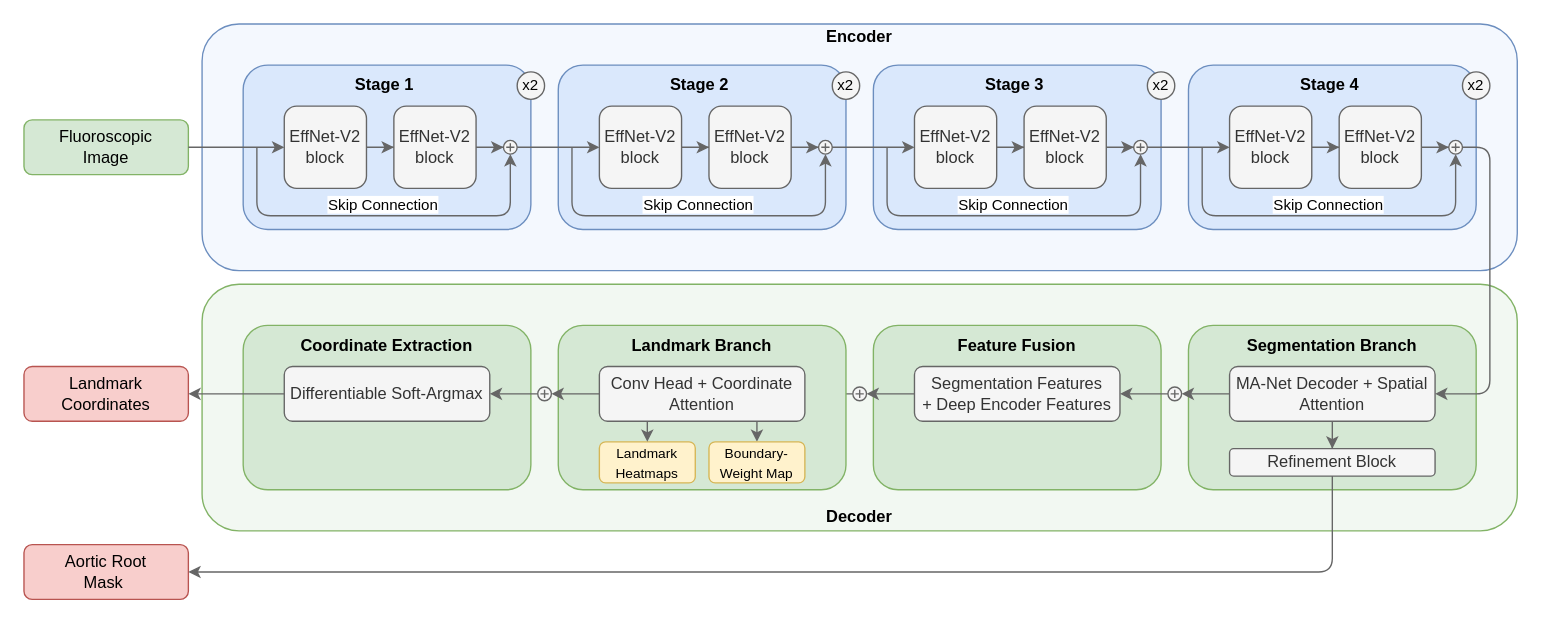
This is publication/figures/BAMNet.drawio from Nikita75699/BAMNet, a draw.io file, before an edit. Source tidied: cells renumbered, new cells numbered last; positions are measured from the earlier drawing's top-left corner, leaving out a move shared by most shapes. Both pictures are drawn from the tidied source at 137%, with x=0, y=0 at pixel (23, 23).
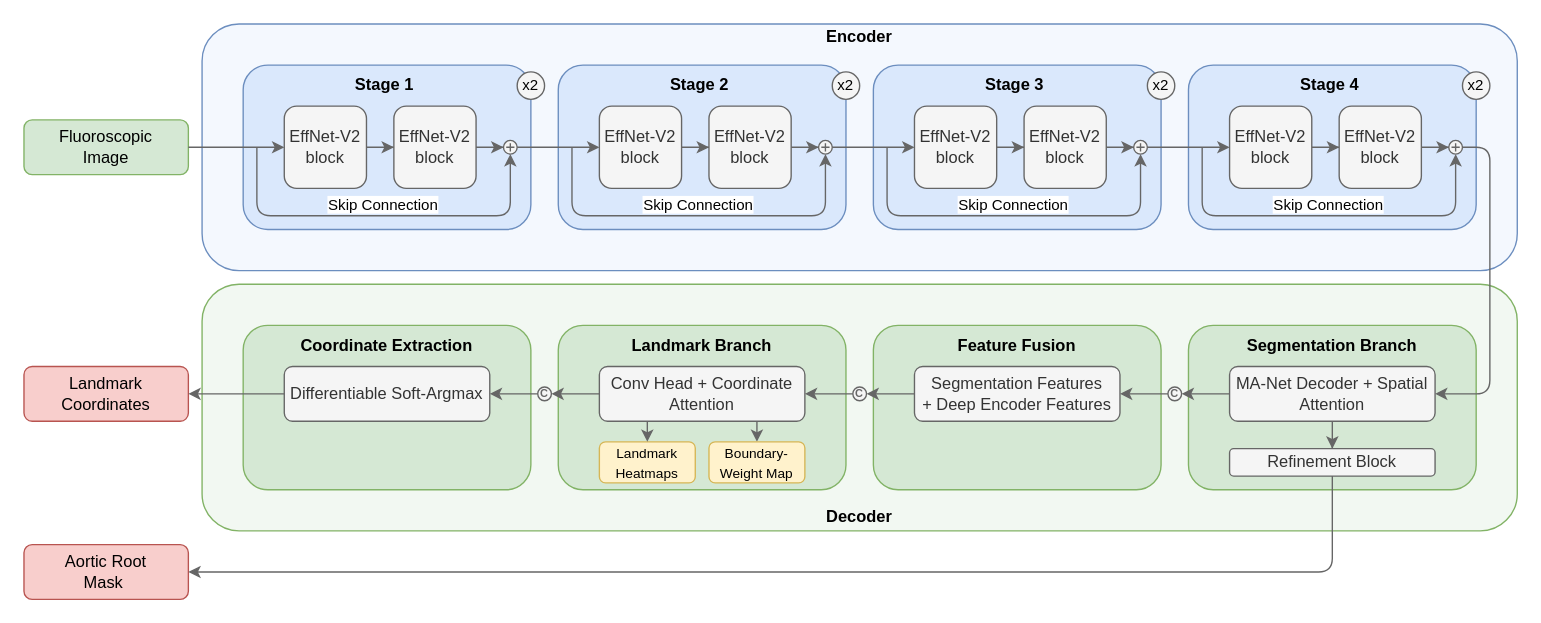
The same diagram, later.

Commit message (it also covers changes not shown here):
feat: add BAMNet-old.jpg and update BAMNet.drawio with new elements; remove outdated BAMNet.svg

Unchanged cells that the change refers to:
```xml
<mxCell id="57" style="group;" parent="1" vertex="1">
  <mxGeometry x="620" y="220" width="460" height="150" as="geometry" />
</mxCell>
<mxCell id="60" value="Segmentation Features&lt;div&gt;&lt;span style=&quot;background-color: transparent; color: light-dark(rgb(51, 51, 51), rgb(193, 193, 193));&quot;&gt;+&amp;nbsp;&lt;/span&gt;&lt;span style=&quot;background-color: transparent; color: light-dark(rgb(51, 51, 51), rgb(193, 193, 193));&quot;&gt;Deep Encoder Features&lt;/span&gt;&lt;/div&gt;" style="rounded=1;whiteSpace=wrap;html=1;fillColor=#f5f5f5;fontColor=#333333;strokeColor=#666666;" parent="57" vertex="1">
  <mxGeometry x="30" y="30" width="150" height="40" as="geometry" />
</mxCell>
<mxCell id="65" value="Differentiable Soft-Argmax" style="rounded=1;whiteSpace=wrap;html=1;fillColor=#f5f5f5;fontColor=#333333;strokeColor=#666666;" parent="62" vertex="1">
  <mxGeometry x="30" y="30" width="150" height="40" as="geometry" />
</mxCell>
<mxCell id="73" value="Conv Head + Coordinate Attention" style="rounded=1;whiteSpace=wrap;html=1;fillColor=#f5f5f5;fontColor=#333333;strokeColor=#666666;" parent="1" vertex="1">
  <mxGeometry x="420" y="250" width="150" height="40" as="geometry" />
</mxCell>
<mxCell id="80" value="MA-Net Decoder + Spatial Attention" style="rounded=1;whiteSpace=wrap;html=1;fillColor=#f5f5f5;fontColor=#333333;strokeColor=#666666;" parent="75" vertex="1">
  <mxGeometry x="30" y="30" width="150" height="40" as="geometry" />
</mxCell>
```

The edit, as a diff of the source:
```diff
@@
-    <mxCell id="61" style="edgeStyle=orthogonalEdgeStyle;rounded=0;jettySize=auto;html=1;exitX=0;exitY=0.5;exitDx=0;exitDy=0;exitPerimeter=0;entryX=1;entryY=0.5;entryDx=0;entryDy=0;fillColor=#f5f5f5;strokeColor=#666666;" parent="1" edge="1" source="83" target="73">
-      <mxGeometry relative="1" as="geometry" />
-    </mxCell>
+    <mxCell id="92" style="edgeStyle=orthogonalEdgeStyle;rounded=0;jettySize=auto;html=1;entryX=1;entryY=0.5;entryDx=0;entryDy=0;fillColor=#f5f5f5;strokeColor=#666666;" parent="57" edge="1" source="93" target="60">
+      <mxGeometry relative="1" as="geometry" />
+    </mxCell>
+    <mxCell id="93" value="&lt;font style=&quot;color: light-dark(rgb(102, 102, 102), rgb(184, 184, 184)); line-height: 100%;&quot;&gt;&lt;b&gt;C&lt;/b&gt;&lt;/font&gt;" style="ellipse;whiteSpace=wrap;html=1;fillColor=#f5f5f5;fontColor=#333333;strokeColor=#666666;spacing=2;convertToSvg=0;verticalAlign=middle;labelPosition=center;verticalLabelPosition=middle;align=center;fontSize=8;spacingLeft=0;spacingBottom=0;" parent="57" vertex="1">
+      <mxGeometry x="215" y="45" width="10" height="10" as="geometry" />
+    </mxCell>
@@
-    <mxCell id="66" style="edgeStyle=orthogonalEdgeStyle;rounded=0;jettySize=auto;html=1;entryX=1;entryY=0.5;entryDx=0;entryDy=0;fillColor=#f5f5f5;strokeColor=#666666;" parent="1" edge="1" source="67" target="65">
-      <mxGeometry relative="1" as="geometry" />
-    </mxCell>
-    <mxCell id="67" style="verticalLabelPosition=bottom;shadow=0;dashed=0;align=center;html=1;verticalAlign=top;shape=mxgraph.electrical.abstract.summation_point;fillColor=#f5f5f5;fontColor=#333333;strokeColor=#666666;" parent="1" vertex="1">
-      <mxGeometry x="375" y="265" width="10" height="10" as="geometry" />
-    </mxCell>
@@
+    <mxCell id="94" style="edgeStyle=orthogonalEdgeStyle;rounded=0;jettySize=auto;html=1;entryX=1;entryY=0.5;entryDx=0;entryDy=0;fillColor=#f5f5f5;strokeColor=#666666;" parent="1" edge="1" source="73" target="98">
+      <mxGeometry relative="1" as="geometry" />
+    </mxCell>
@@
-    <mxCell id="81" style="verticalLabelPosition=bottom;shadow=0;dashed=0;align=center;html=1;verticalAlign=top;shape=mxgraph.electrical.abstract.summation_point;fillColor=#f5f5f5;fontColor=#333333;strokeColor=#666666;" parent="1" vertex="1">
-      <mxGeometry x="835" y="265" width="10" height="10" as="geometry" />
-    </mxCell>
-    <mxCell id="82" style="edgeStyle=orthogonalEdgeStyle;rounded=0;jettySize=auto;html=1;entryX=1;entryY=0.5;entryDx=0;entryDy=0;entryPerimeter=0;fillColor=#f5f5f5;strokeColor=#666666;" parent="1" edge="1" source="80" target="81">
+    <mxCell id="82" style="edgeStyle=orthogonalEdgeStyle;rounded=0;jettySize=auto;html=1;entryX=1;entryY=0.5;entryDx=0;entryDy=0;fillColor=#f5f5f5;strokeColor=#666666;" parent="1" edge="1" source="80" target="93">
       <mxGeometry relative="1" as="geometry" />
     </mxCell>
-    <mxCell id="83" style="verticalLabelPosition=bottom;shadow=0;dashed=0;align=center;html=1;verticalAlign=top;shape=mxgraph.electrical.abstract.summation_point;fillColor=#f5f5f5;fontColor=#333333;strokeColor=#666666;" parent="1" vertex="1">
-      <mxGeometry x="605" y="265" width="10" height="10" as="geometry" />
-    </mxCell>
-    <mxCell id="84" style="edgeStyle=orthogonalEdgeStyle;rounded=0;jettySize=auto;html=1;entryX=1;entryY=0.5;entryDx=0;entryDy=0;entryPerimeter=0;fillColor=#f5f5f5;strokeColor=#666666;" parent="1" edge="1" source="60" target="83">
-      <mxGeometry relative="1" as="geometry" />
-    </mxCell>
-    <mxCell id="85" style="edgeStyle=orthogonalEdgeStyle;rounded=0;jettySize=auto;html=1;entryX=1;entryY=0.5;entryDx=0;entryDy=0;fillColor=#f5f5f5;strokeColor=#666666;" parent="1" edge="1" source="81" target="60">
-      <mxGeometry relative="1" as="geometry" />
-    </mxCell>
@@
-    <mxCell id="89" style="edgeStyle=orthogonalEdgeStyle;rounded=0;jettySize=auto;html=1;entryX=1;entryY=0.5;entryDx=0;entryDy=0;entryPerimeter=0;fillColor=#f5f5f5;strokeColor=#666666;" parent="1" edge="1" source="73" target="67">
-      <mxGeometry relative="1" as="geometry" />
-    </mxCell>
@@
+    <mxCell id="95" style="edgeStyle=orthogonalEdgeStyle;rounded=0;jettySize=auto;html=1;entryX=1;entryY=0.5;entryDx=0;entryDy=0;fillColor=#f5f5f5;strokeColor=#666666;" parent="1" edge="1" source="96" target="73">
+      <mxGeometry relative="1" as="geometry" />
+    </mxCell>
+    <mxCell id="96" value="&lt;font style=&quot;color: light-dark(rgb(102, 102, 102), rgb(184, 184, 184)); line-height: 100%;&quot;&gt;&lt;b&gt;C&lt;/b&gt;&lt;/font&gt;" style="ellipse;whiteSpace=wrap;html=1;fillColor=#f5f5f5;fontColor=#333333;strokeColor=#666666;spacing=2;convertToSvg=0;verticalAlign=middle;labelPosition=center;verticalLabelPosition=middle;align=center;fontSize=8;spacingLeft=0;spacingBottom=0;" parent="1" vertex="1">
+      <mxGeometry x="605" y="265" width="10" height="10" as="geometry" />
+    </mxCell>
+    <mxCell id="97" style="edgeStyle=orthogonalEdgeStyle;rounded=0;jettySize=auto;html=1;entryX=1;entryY=0.5;entryDx=0;entryDy=0;fillColor=#f5f5f5;strokeColor=#666666;" parent="1" edge="1" source="98" target="65">
+      <mxGeometry relative="1" as="geometry" />
+    </mxCell>
+    <mxCell id="98" value="&lt;font style=&quot;color: light-dark(rgb(102, 102, 102), rgb(184, 184, 184)); line-height: 100%;&quot;&gt;&lt;b&gt;C&lt;/b&gt;&lt;/font&gt;" style="ellipse;whiteSpace=wrap;html=1;fillColor=#f5f5f5;fontColor=#333333;strokeColor=#666666;spacing=2;convertToSvg=0;verticalAlign=middle;labelPosition=center;verticalLabelPosition=middle;align=center;fontSize=8;spacingLeft=0;spacingBottom=0;" parent="1" vertex="1">
+      <mxGeometry x="375" y="265" width="10" height="10" as="geometry" />
+    </mxCell>
+    <mxCell id="99" style="edgeStyle=orthogonalEdgeStyle;rounded=0;jettySize=auto;html=1;entryX=1;entryY=0.5;entryDx=0;entryDy=0;fillColor=#f5f5f5;strokeColor=#666666;" parent="1" edge="1" source="60" target="96">
+      <mxGeometry relative="1" as="geometry" />
+    </mxCell>
```
